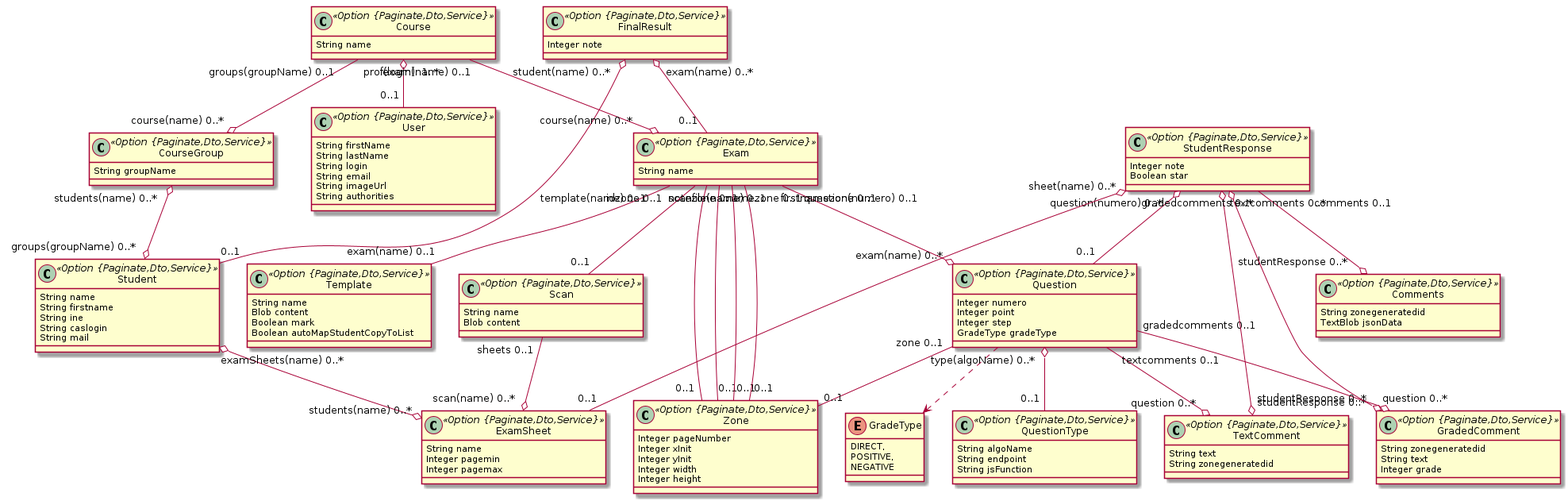
Earlier version of the PlantUML export model.png (correctexam/corrigeExamBack).
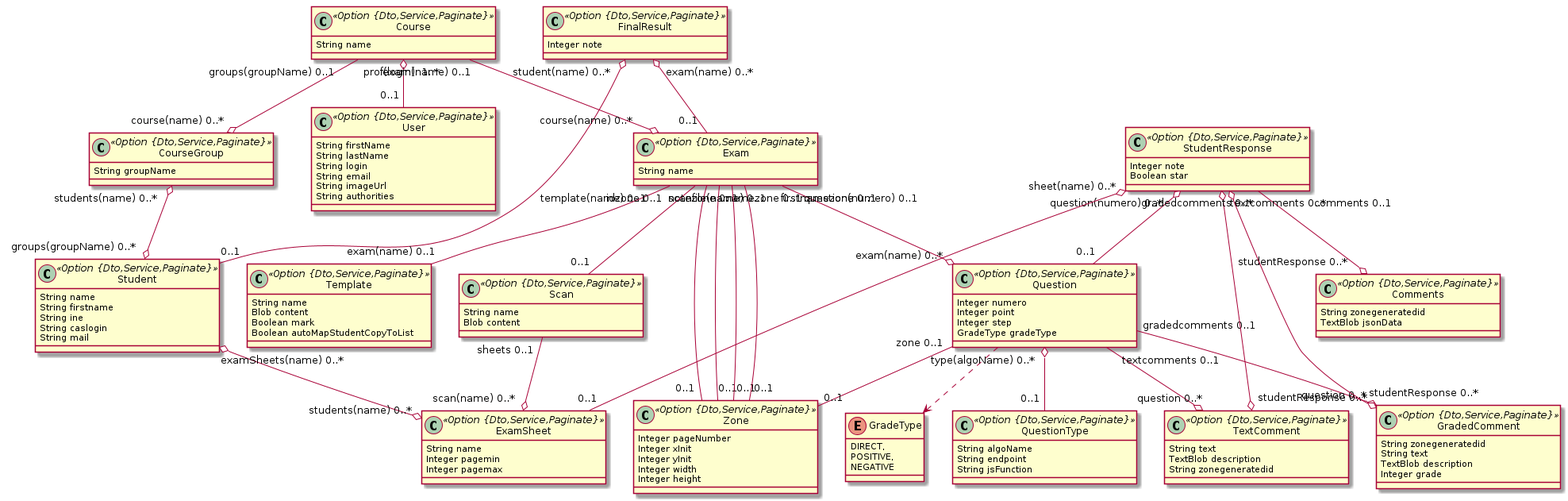
After the commit.

The edit, as a diff of the source:
```diff
@@ -1,28 +1,28 @@
 @startuml
 	!pragma syntax class
-	class Course <<Option {Paginate,Dto,Service}>> {
+	class Course <<Option {Dto,Service,Paginate}>> {
 		String name
 	}
-	class CourseGroup <<Option {Paginate,Dto,Service}>> {
+	class CourseGroup <<Option {Dto,Service,Paginate}>> {
 		String groupName
 	}
-	class Student <<Option {Paginate,Dto,Service}>> {
+	class Student <<Option {Dto,Service,Paginate}>> {
 		String name
 		String firstname
 		String ine
 		String caslogin
 		String mail
 	}
-	class Exam <<Option {Paginate,Dto,Service}>> {
+	class Exam <<Option {Dto,Service,Paginate}>> {
 		String name
 	}
-	class Template <<Option {Paginate,Dto,Service}>> {
+	class Template <<Option {Dto,Service,Paginate}>> {
 		String name
 		Blob content
 		Boolean mark
 		Boolean autoMapStudentCopyToList
 	}
-	class Question <<Option {Paginate,Dto,Service}>> {
+	class Question <<Option {Dto,Service,Paginate}>> {
 		Integer numero
 		Integer point
 		Integer step
@@ -34,41 +34,43 @@
 		POSITIVE,
 		NEGATIVE
 	}
-	class QuestionType <<Option {Paginate,Dto,Service}>> {
+	class QuestionType <<Option {Dto,Service,Paginate}>> {
 		String algoName
 		String endpoint
 		String jsFunction
 	}
-	class ExamSheet <<Option {Paginate,Dto,Service}>> {
+	class ExamSheet <<Option {Dto,Service,Paginate}>> {
 		String name
 		Integer pagemin
 		Integer pagemax
 	}
-	class Scan <<Option {Paginate,Dto,Service}>> {
+	class Scan <<Option {Dto,Service,Paginate}>> {
 		String name
 		Blob content
 	}
-	class FinalResult <<Option {Paginate,Dto,Service}>> {
+	class FinalResult <<Option {Dto,Service,Paginate}>> {
 		Integer note
 	}
-	class StudentResponse <<Option {Paginate,Dto,Service}>> {
+	class StudentResponse <<Option {Dto,Service,Paginate}>> {
 		Integer note
 		Boolean star
 	}
-	class TextComment <<Option {Paginate,Dto,Service}>> {
+	class TextComment <<Option {Dto,Service,Paginate}>> {
 		String text
+		TextBlob description
 		String zonegeneratedid
 	}
-	class GradedComment <<Option {Paginate,Dto,Service}>> {
+	class GradedComment <<Option {Dto,Service,Paginate}>> {
 		String zonegeneratedid
 		String text
+		TextBlob description
 		Integer grade
 	}
-	class Comments <<Option {Paginate,Dto,Service}>> {
+	class Comments <<Option {Dto,Service,Paginate}>> {
 		String zonegeneratedid
 		TextBlob jsonData
 	}
-	class Zone <<Option {Paginate,Dto,Service}>> {
+	class Zone <<Option {Dto,Service,Paginate}>> {
 		Integer pageNumber
 		Integer xInit
 		Integer yInit
@@ -99,7 +101,7 @@
 	Exam  "firstnamezone 0..1 " -- "0..1 "  Zone
 	Exam  "notezone 0..1 " -- "0..1 "  Zone
 	Exam  "scanfile(name) 0..1 " -- "0..1 "  Scan
-	class User <<Option {Paginate,Dto,Service}>> {
+	class User <<Option {Dto,Service,Paginate}>> {
 		String firstName
 		String lastName
 		String login
```
